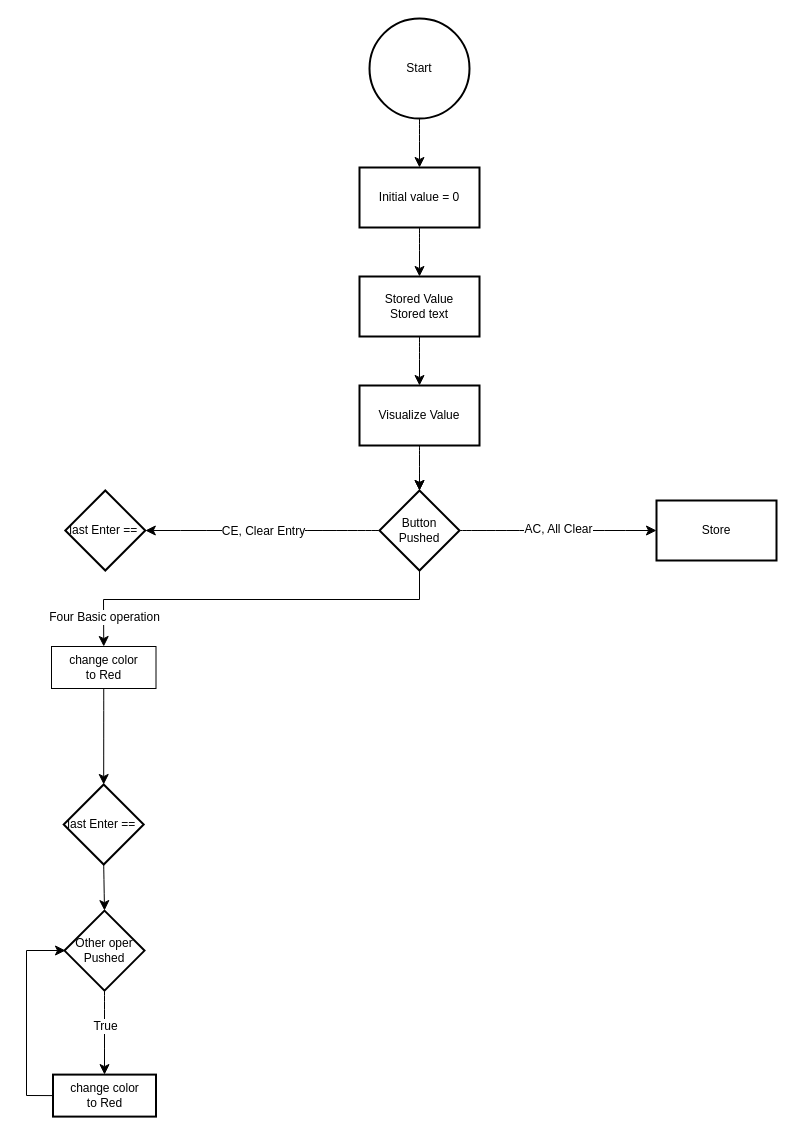
The draw.io diagram Calculator.drawio in JangHyeongJun-0523/IoT_Project, before the edit. Source tidied: cells renumbered, new cells numbered last; positions are measured from the earlier drawing's top-left corner, leaving out a move shared by most shapes. Both pictures are drawn from the tidied source at 100%, with x=0, y=0 at pixel (26, 18).
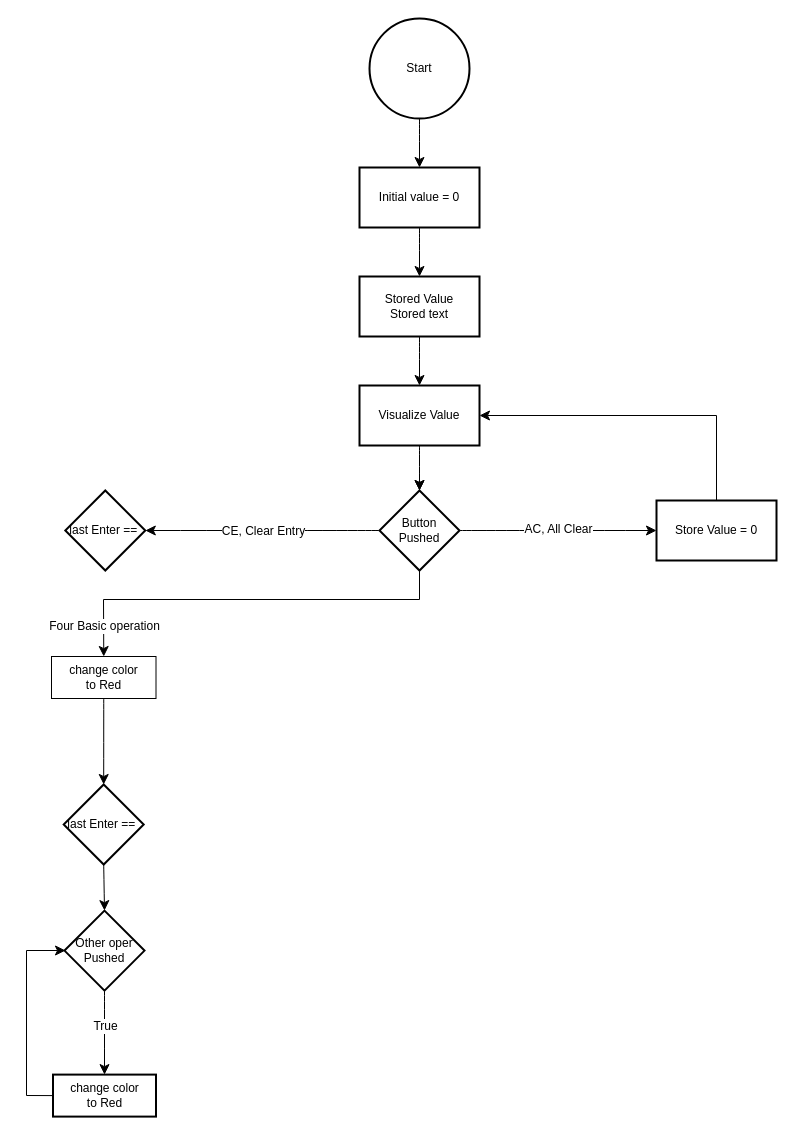
After the change.

Unchanged cells that the change refers to:
```xml
<mxCell id="16" value="Visualize Value" style="whiteSpace=wrap;html=1;strokeWidth=2;" parent="1" vertex="1">
  <mxGeometry x="333" y="367" width="120" height="60" as="geometry" />
</mxCell>
```

What changed in the source:
```diff
@@
     <mxCell id="24" value="change color&lt;div&gt;to Red&lt;/div&gt;" style="rounded=0;whiteSpace=wrap;html=1;" parent="1" vertex="1">
-      <mxGeometry x="25" y="628" width="104.5" height="42" as="geometry" />
+      <mxGeometry x="25" y="638" width="104.5" height="42" as="geometry" />
     </mxCell>
@@
+    <mxCell id="29" style="edgeStyle=none;curved=0;rounded=0;jettySize=auto;html=1;exitX=0.5;exitY=0;exitDx=0;exitDy=0;entryX=1;entryY=0.5;entryDx=0;entryDy=0;fontSize=12;startSize=8;endSize=8;" parent="1" edge="1" source="28" target="16">
+      <mxGeometry relative="1" as="geometry">
+        <Array as="points">
+          <mxPoint x="690" y="397" />
+        </Array>
+      </mxGeometry>
+    </mxCell>
-    <mxCell id="28" value="Store" style="whiteSpace=wrap;html=1;strokeWidth=2;" parent="1" vertex="1">
+    <mxCell id="28" value="Store Value = 0" style="whiteSpace=wrap;html=1;strokeWidth=2;" parent="1" vertex="1">
       <mxGeometry x="630" y="482" width="120" height="60" as="geometry" />
     </mxCell>
```
